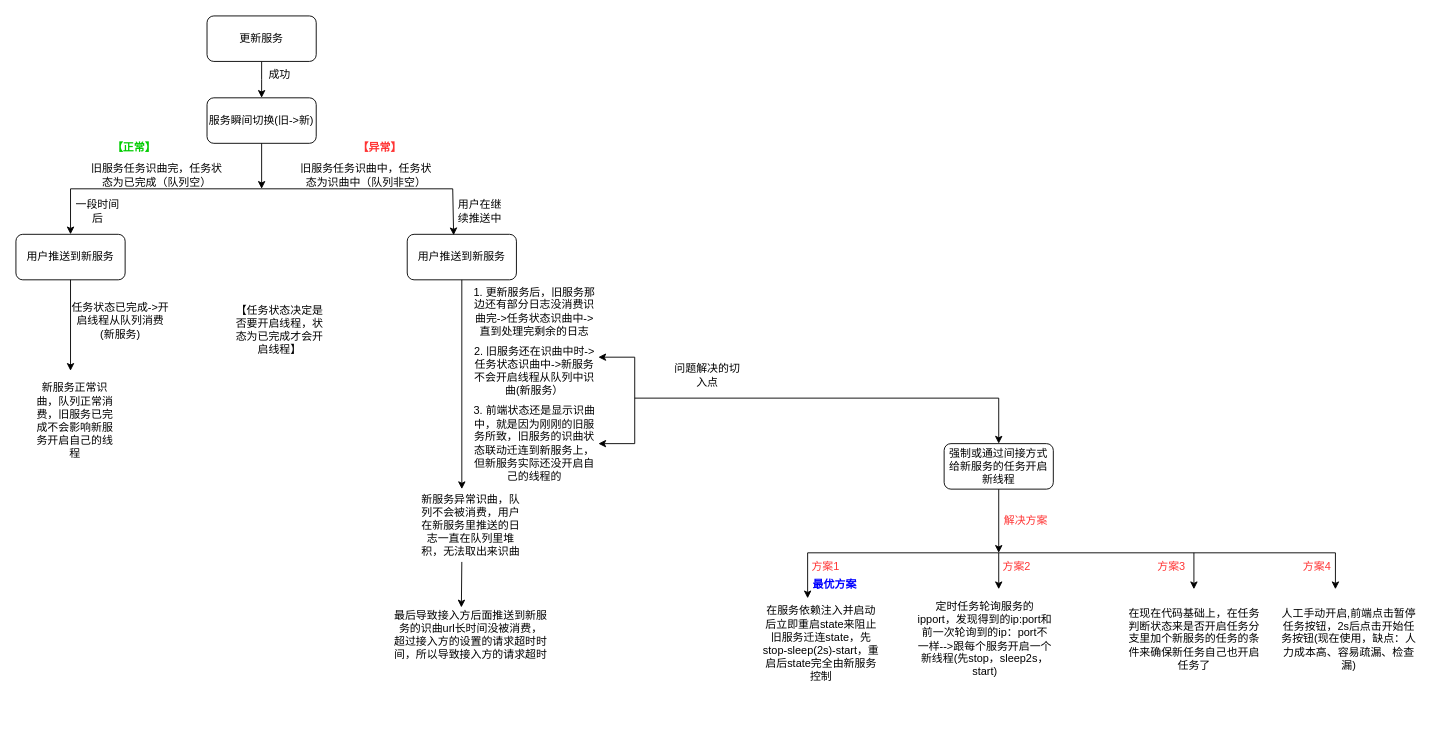
This is 其他/服务更新切换时旧服务state级联影响新服务开启线程.drawio from KTLeYing/draw-diagram, a draw.io file, before an edit. Source tidied: cells renumbered, new cells numbered last; positions are measured from the earlier drawing's top-left corner, leaving out a move shared by most shapes. Both pictures are drawn from the tidied source at 91%, with x=0, y=0 at pixel (15, 15).
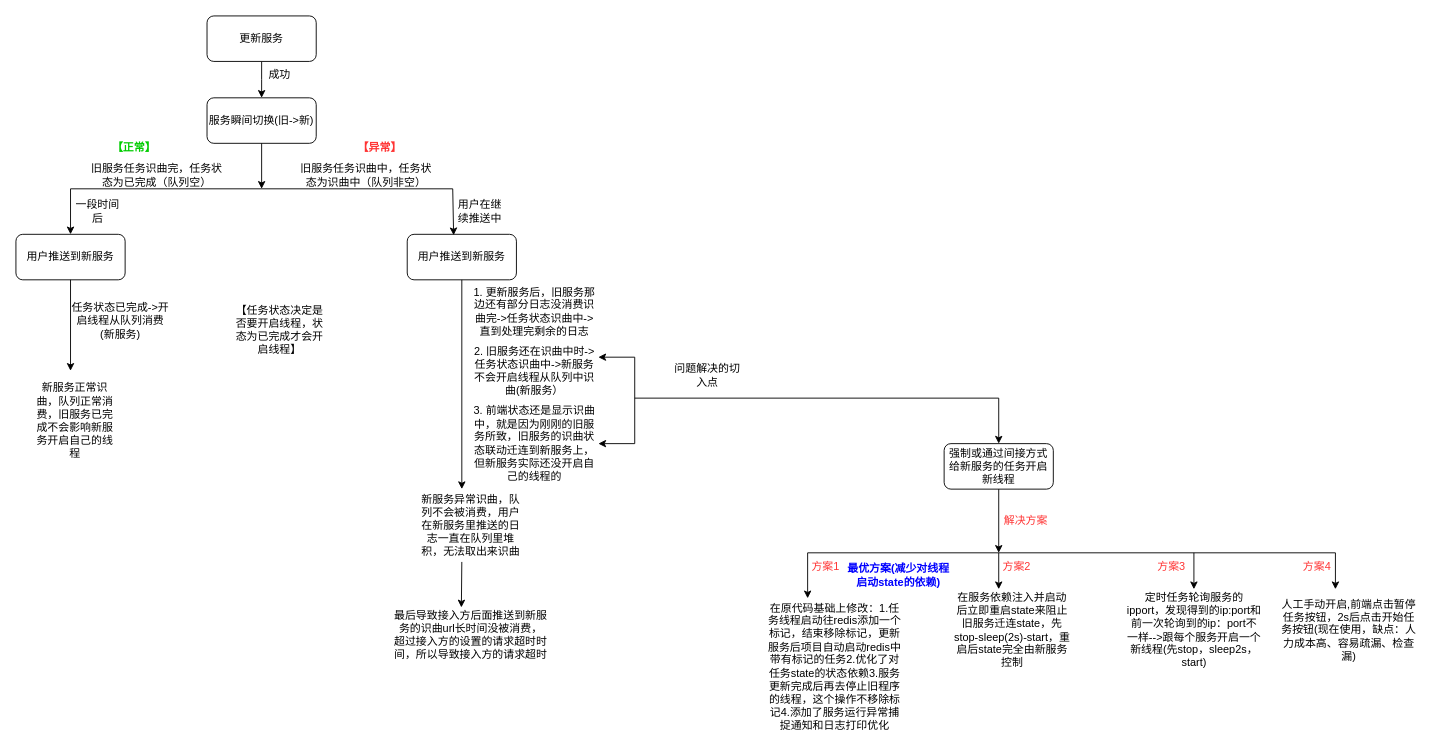
Above is the later version.

Change to the diagram source:
```diff
@@
     <mxCell id="40" value="定时任务轮询服务的ipport，发现得到的ip:port和前一次轮询到的ip：port不一样--&amp;gt;跟每个服务开启一个新线程(先stop，sleep2s，start)" style="text;html=1;strokeColor=none;fillColor=none;align=center;verticalAlign=middle;whiteSpace=wrap;rounded=0;fontColor=#000000;" parent="1" vertex="1">
-      <mxGeometry x="990" y="640" width="150" height="90" as="geometry" />
+      <mxGeometry x="1220" y="630" width="150" height="90" as="geometry" />
     </mxCell>
     <mxCell id="41" value="人工手动开启,前端点击暂停任务按钮，2s后点击开始任务按钮(现在使用，缺点：人力成本高、容易疏漏、检查漏)" style="text;html=1;strokeColor=none;fillColor=none;align=center;verticalAlign=middle;whiteSpace=wrap;rounded=0;fontColor=#000000;" parent="1" vertex="1">
-      <mxGeometry x="1390" y="640" width="150" height="90" as="geometry" />
+      <mxGeometry x="1390" y="630" width="150" height="90" as="geometry" />
     </mxCell>
@@
-    <mxCell id="43" value="在现在代码基础上，在任务判断状态来是否开启任务分支里加个新服务的任务的条件来确保新任务自己也开启任务了" style="text;html=1;strokeColor=none;fillColor=none;align=center;verticalAlign=middle;whiteSpace=wrap;rounded=0;fontColor=#000000;" parent="1" vertex="1">
-      <mxGeometry x="1220" y="640" width="150" height="90" as="geometry" />
+    <mxCell id="43" value="在原代码基础上修改：&lt;span&gt;1.任务线程启动往redis添加一个标记，结束移除标记，更新服务后项目自动启动redis中带有标记的任务&lt;/span&gt;&lt;span&gt;2.优化了对任务state的状态依赖&lt;/span&gt;&lt;span&gt;3.服务更新完成后再去停止旧程序的线程，这个操作不移除标记&lt;/span&gt;&lt;span&gt;4.添加了服务运行异常捕捉通知和日志打印优化&lt;/span&gt;&lt;span&gt;&lt;br&gt;&lt;/span&gt;" style="text;html=1;strokeColor=none;fillColor=none;align=center;verticalAlign=middle;whiteSpace=wrap;rounded=0;fontColor=#000000;" parent="1" vertex="1">
+      <mxGeometry x="825" y="670" width="150" height="90" as="geometry" />
     </mxCell>
@@
     <mxCell id="47" value="&lt;span&gt;在服务依赖注入并启动后立即重启state来阻止旧服务迁连state，先stop-sleep(2s)-start，重启后state完全由新服务控制&lt;/span&gt;" style="text;html=1;strokeColor=none;fillColor=none;align=center;verticalAlign=middle;whiteSpace=wrap;rounded=0;" parent="1" vertex="1">
-      <mxGeometry x="820" y="660" width="130" height="60" as="geometry" />
+      <mxGeometry x="1030" y="645" width="130" height="60" as="geometry" />
     </mxCell>
-    <mxCell id="48" value="&lt;b&gt;&lt;font color=&quot;#0000ff&quot;&gt;最优方案&lt;/font&gt;&lt;/b&gt;" style="text;html=1;strokeColor=none;fillColor=none;align=center;verticalAlign=middle;whiteSpace=wrap;rounded=0;" parent="1" vertex="1">
-      <mxGeometry x="870" y="610" width="60" height="30" as="geometry" />
+    <mxCell id="48" value="&lt;b&gt;&lt;font color=&quot;#0000ff&quot;&gt;最优方案(减少对线程启动state的依赖)&lt;/font&gt;&lt;/b&gt;" style="text;html=1;strokeColor=none;fillColor=none;align=center;verticalAlign=middle;whiteSpace=wrap;rounded=0;" parent="1" vertex="1">
+      <mxGeometry x="910" y="600" width="120" height="30" as="geometry" />
     </mxCell>
```
